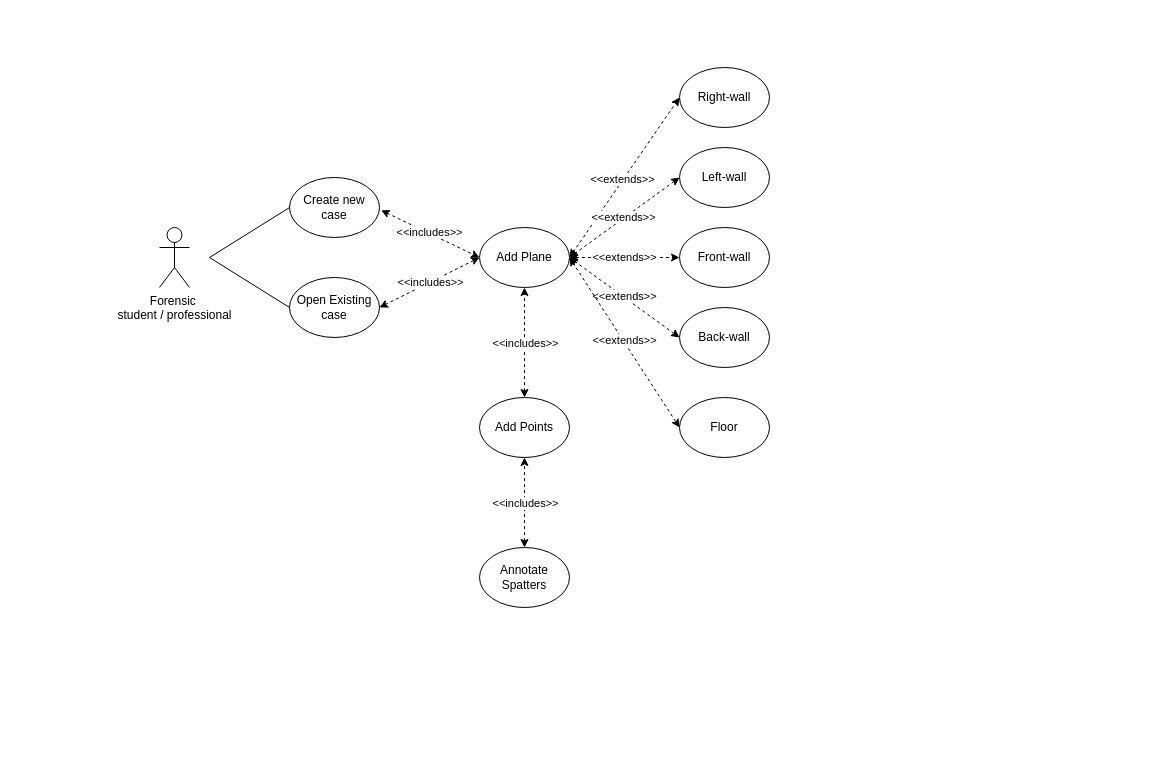
The draw.io diagram AiCore.drawio in HansongProgramming/CapstoneAiCoreDesktop, before the edit. Source tidied: cells renumbered, new cells numbered last; positions are measured from the earlier drawing's top-left corner, leaving out a move shared by most shapes. Both pictures are drawn from the tidied source at 100%, with x=0, y=0 at pixel (159, 67).
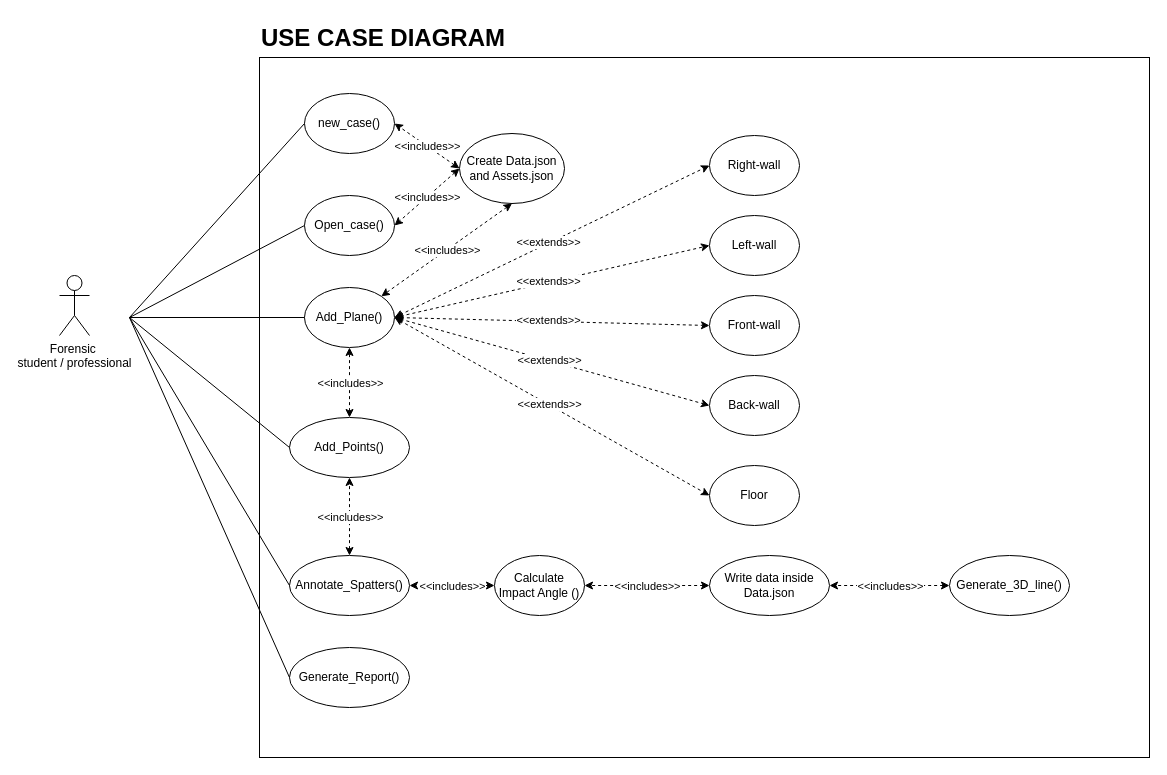
Above is the later version.

Change to the diagram source:
```diff
@@
+    <mxCell id="33" style="rounded=0;whiteSpace=wrap;html=1;" parent="1" vertex="1">
+      <mxGeometry x="100" y="-10" width="890" height="700" as="geometry" />
+    </mxCell>
     <mxCell id="2" value="Forensic&amp;nbsp;&lt;div&gt;student / professional&lt;/div&gt;" style="shape=umlActor;verticalLabelPosition=bottom;verticalAlign=top;html=1;" parent="1" vertex="1">
-      <mxGeometry y="160" width="30" height="60" as="geometry" />
+      <mxGeometry x="-100" y="208" width="30" height="60" as="geometry" />
     </mxCell>
-    <mxCell id="3" value="Create new case" style="ellipse;whiteSpace=wrap;html=1;" parent="1" vertex="1">
-      <mxGeometry x="130" y="110" width="90" height="60" as="geometry" />
+    <mxCell id="3" value="new_case()" style="ellipse;whiteSpace=wrap;html=1;" parent="1" vertex="1">
+      <mxGeometry x="145" y="26" width="90" height="60" as="geometry" />
     </mxCell>
-    <mxCell id="4" value="Open Existing case" style="ellipse;whiteSpace=wrap;html=1;" parent="1" vertex="1">
-      <mxGeometry x="130" y="210" width="90" height="60" as="geometry" />
+    <mxCell id="4" value="Open_case()" style="ellipse;whiteSpace=wrap;html=1;" parent="1" vertex="1">
+      <mxGeometry x="145" y="128" width="90" height="60" as="geometry" />
     </mxCell>
-    <mxCell id="5" style="endArrow=none;html=1;rounded=0;" parent="1" edge="1">
+    <mxCell id="5" style="endArrow=none;html=1;rounded=0;entryX=0;entryY=0.5;entryDx=0;entryDy=0;" parent="1" edge="1" target="3">
       <mxGeometry relative="1" as="geometry">
-        <mxPoint x="50" y="190" as="sourcePoint" />
-        <mxPoint x="130" y="140" as="targetPoint" />
+        <mxPoint x="-30" y="250" as="sourcePoint" />
       </mxGeometry>
     </mxCell>
     <mxCell id="6" style="endArrow=none;html=1;rounded=0;entryX=0;entryY=0.5;entryDx=0;entryDy=0;" parent="1" edge="1" target="4">
       <mxGeometry relative="1" as="geometry">
-        <mxPoint x="50" y="190" as="sourcePoint" />
+        <mxPoint x="-30" y="250" as="sourcePoint" />
       </mxGeometry>
     </mxCell>
-    <mxCell id="7" value="Add Plane" style="ellipse;whiteSpace=wrap;html=1;" parent="1" vertex="1">
-      <mxGeometry x="320" y="160" width="90" height="60" as="geometry" />
+    <mxCell id="7" value="Add_Plane()" style="ellipse;whiteSpace=wrap;html=1;" parent="1" vertex="1">
+      <mxGeometry x="145" y="220" width="90" height="60" as="geometry" />
     </mxCell>
     <mxCell id="8" value="Right-wall" style="ellipse;whiteSpace=wrap;html=1;" parent="1" vertex="1">
-      <mxGeometry x="520" width="90" height="60" as="geometry" />
+      <mxGeometry x="550" y="68" width="90" height="60" as="geometry" />
     </mxCell>
     <mxCell id="9" value="Left-wall" style="ellipse;whiteSpace=wrap;html=1;" parent="1" vertex="1">
-      <mxGeometry x="520" y="80" width="90" height="60" as="geometry" />
+      <mxGeometry x="550" y="148" width="90" height="60" as="geometry" />
     </mxCell>
     <mxCell id="10" value="Front-wall" style="ellipse;whiteSpace=wrap;html=1;" parent="1" vertex="1">
-      <mxGeometry x="520" y="160" width="90" height="60" as="geometry" />
+      <mxGeometry x="550" y="228" width="90" height="60" as="geometry" />
     </mxCell>
     <mxCell id="11" value="Back-wall" style="ellipse;whiteSpace=wrap;html=1;" parent="1" vertex="1">
-      <mxGeometry x="520" y="240" width="90" height="60" as="geometry" />
+      <mxGeometry x="550" y="308" width="90" height="60" as="geometry" />
     </mxCell>
     <mxCell id="12" value="Floor" style="ellipse;whiteSpace=wrap;html=1;" parent="1" vertex="1">
-      <mxGeometry x="520" y="330" width="90" height="60" as="geometry" />
+      <mxGeometry x="550" y="398" width="90" height="60" as="geometry" />
     </mxCell>
-    <mxCell id="13" style="endArrow=classic;startArrow=classic;html=1;rounded=0;dashed=1;entryX=0;entryY=0.5;entryDx=0;entryDy=0;exitX=1.019;exitY=0.547;exitDx=0;exitDy=0;exitPerimeter=0;" parent="1" edge="1" source="3" target="7">
-      <mxGeometry relative="1" as="geometry" />
-    </mxCell>
-    <mxCell id="14" value="&amp;lt;&amp;lt;includes&amp;gt;&amp;gt;" style="edgeLabel;html=1;align=center;verticalAlign=middle;" parent="13" vertex="1">
-      <mxGeometry x="-0.02" y="1" relative="1" as="geometry" />
-    </mxCell>
-    <mxCell id="15" style="endArrow=classic;startArrow=classic;html=1;rounded=0;dashed=1;entryX=0;entryY=0.5;entryDx=0;entryDy=0;exitX=1;exitY=0.5;exitDx=0;exitDy=0;" parent="1" edge="1" source="4" target="7">
-      <mxGeometry relative="1" as="geometry" />
-    </mxCell>
-    <mxCell id="16" value="&amp;lt;&amp;lt;includes&amp;gt;&amp;gt;" style="edgeLabel;html=1;align=center;verticalAlign=middle;" parent="15" vertex="1">
-      <mxGeometry relative="1" as="geometry" />
-    </mxCell>
@@
-    <mxCell id="27" value="Add Points" style="ellipse;whiteSpace=wrap;html=1;" parent="1" vertex="1">
-      <mxGeometry x="320" y="330" width="90" height="60" as="geometry" />
+    <mxCell id="27" value="Add_Points()" style="ellipse;whiteSpace=wrap;html=1;" parent="1" vertex="1">
+      <mxGeometry x="130" y="350" width="120" height="60" as="geometry" />
     </mxCell>
@@
-    <mxCell id="30" value="Annotate Spatters" style="ellipse;whiteSpace=wrap;html=1;" parent="1" vertex="1">
-      <mxGeometry x="320" y="480" width="90" height="60" as="geometry" />
+    <mxCell id="30" value="Annotate_Spatters()" style="ellipse;whiteSpace=wrap;html=1;" parent="1" vertex="1">
+      <mxGeometry x="130" y="488" width="120" height="60" as="geometry" />
     </mxCell>
@@
+    <mxCell id="34" value="Calculate Impact Angle ()" style="ellipse;whiteSpace=wrap;html=1;" parent="1" vertex="1">
+      <mxGeometry x="335" y="488" width="90" height="60" as="geometry" />
+    </mxCell>
+    <mxCell id="35" style="endArrow=classic;startArrow=classic;html=1;rounded=0;dashed=1;entryX=1;entryY=0.5;entryDx=0;entryDy=0;exitX=0;exitY=0.5;exitDx=0;exitDy=0;" parent="1" edge="1" source="34" target="30">
+      <mxGeometry relative="1" as="geometry" />
+    </mxCell>
+    <mxCell id="36" value="&amp;lt;&amp;lt;includes&amp;gt;&amp;gt;" style="edgeLabel;html=1;align=center;verticalAlign=middle;" parent="35" vertex="1">
+      <mxGeometry relative="1" as="geometry" />
+    </mxCell>
+    <mxCell id="37" value="&lt;h1 style=&quot;margin-top: 0px;&quot;&gt;USE CASE DIAGRAM&lt;/h1&gt;" style="text;html=1;whiteSpace=wrap;overflow=hidden;rounded=0;" parent="1" vertex="1">
+      <mxGeometry x="100" y="-50" width="410" height="50" as="geometry" />
+    </mxCell>
+    <mxCell id="38" value="Create Data.json and Assets.json" style="ellipse;whiteSpace=wrap;html=1;" parent="1" vertex="1">
+      <mxGeometry x="300" y="66" width="105" height="70" as="geometry" />
+    </mxCell>
+    <mxCell id="39" style="endArrow=classic;startArrow=classic;html=1;rounded=0;dashed=1;entryX=1;entryY=0.5;entryDx=0;entryDy=0;exitX=0;exitY=0.5;exitDx=0;exitDy=0;" parent="1" edge="1" source="38" target="3">
+      <mxGeometry relative="1" as="geometry" />
+    </mxCell>
+    <mxCell id="40" value="&amp;lt;&amp;lt;includes&amp;gt;&amp;gt;" style="edgeLabel;html=1;align=center;verticalAlign=middle;" parent="39" vertex="1">
+      <mxGeometry relative="1" as="geometry" />
+    </mxCell>
+    <mxCell id="41" style="endArrow=classic;startArrow=classic;html=1;rounded=0;dashed=1;entryX=1;entryY=0.5;entryDx=0;entryDy=0;exitX=0;exitY=0.5;exitDx=0;exitDy=0;" parent="1" edge="1" source="38" target="4">
+      <mxGeometry relative="1" as="geometry" />
+    </mxCell>
+    <mxCell id="42" value="&amp;lt;&amp;lt;includes&amp;gt;&amp;gt;" style="edgeLabel;html=1;align=center;verticalAlign=middle;" parent="41" vertex="1">
+      <mxGeometry relative="1" as="geometry" />
+    </mxCell>
+    <mxCell id="43" style="endArrow=none;html=1;rounded=0;entryX=0;entryY=0.5;entryDx=0;entryDy=0;" parent="1" edge="1" target="7">
+      <mxGeometry relative="1" as="geometry">
+        <mxPoint x="-30" y="250" as="sourcePoint" />
+      </mxGeometry>
+    </mxCell>
+    <mxCell id="44" style="endArrow=classic;startArrow=classic;html=1;rounded=0;dashed=1;entryX=1;entryY=0;entryDx=0;entryDy=0;exitX=0.5;exitY=1;exitDx=0;exitDy=0;" parent="1" edge="1" source="38" target="7">
+      <mxGeometry relative="1" as="geometry" />
+    </mxCell>
+    <mxCell id="45" value="&amp;lt;&amp;lt;includes&amp;gt;&amp;gt;" style="edgeLabel;html=1;align=center;verticalAlign=middle;" parent="44" vertex="1">
+      <mxGeometry relative="1" as="geometry" />
+    </mxCell>
+    <mxCell id="46" style="endArrow=none;html=1;rounded=0;entryX=0;entryY=0.5;entryDx=0;entryDy=0;" parent="1" edge="1" target="27">
+      <mxGeometry relative="1" as="geometry">
+        <mxPoint x="-30" y="250" as="sourcePoint" />
+      </mxGeometry>
+    </mxCell>
+    <mxCell id="47" style="endArrow=none;html=1;rounded=0;entryX=0;entryY=0.5;entryDx=0;entryDy=0;" parent="1" edge="1" target="30">
+      <mxGeometry relative="1" as="geometry">
+        <mxPoint x="-30" y="250" as="sourcePoint" />
+      </mxGeometry>
+    </mxCell>
+    <mxCell id="48" value="Write data inside Data.json" style="ellipse;whiteSpace=wrap;html=1;" parent="1" vertex="1">
+      <mxGeometry x="550" y="488" width="120" height="60" as="geometry" />
+    </mxCell>
+    <mxCell id="49" style="endArrow=classic;startArrow=classic;html=1;rounded=0;dashed=1;entryX=1;entryY=0.5;entryDx=0;entryDy=0;exitX=0;exitY=0.5;exitDx=0;exitDy=0;" parent="1" edge="1" source="48" target="34">
+      <mxGeometry relative="1" as="geometry" />
+    </mxCell>
+    <mxCell id="50" value="&amp;lt;&amp;lt;includes&amp;gt;&amp;gt;" style="edgeLabel;html=1;align=center;verticalAlign=middle;" parent="49" vertex="1">
+      <mxGeometry relative="1" as="geometry" />
+    </mxCell>
+    <mxCell id="51" value="Generate_3D_line()" style="ellipse;whiteSpace=wrap;html=1;" parent="1" vertex="1">
+      <mxGeometry x="790" y="488" width="120" height="60" as="geometry" />
+    </mxCell>
+    <mxCell id="52" style="endArrow=classic;startArrow=classic;html=1;rounded=0;dashed=1;entryX=1;entryY=0.5;entryDx=0;entryDy=0;exitX=0;exitY=0.5;exitDx=0;exitDy=0;" parent="1" edge="1" source="51" target="48">
+      <mxGeometry relative="1" as="geometry" />
+    </mxCell>
+    <mxCell id="53" value="&amp;lt;&amp;lt;includes&amp;gt;&amp;gt;" style="edgeLabel;html=1;align=center;verticalAlign=middle;" parent="52" vertex="1">
+      <mxGeometry relative="1" as="geometry" />
+    </mxCell>
+    <mxCell id="54" value="Generate_Report()" style="ellipse;whiteSpace=wrap;html=1;" parent="1" vertex="1">
+      <mxGeometry x="130" y="580" width="120" height="60" as="geometry" />
+    </mxCell>
+    <mxCell id="55" style="endArrow=none;html=1;rounded=0;entryX=0;entryY=0.5;entryDx=0;entryDy=0;" parent="1" edge="1" target="54">
+      <mxGeometry relative="1" as="geometry">
+        <mxPoint x="-30" y="250" as="sourcePoint" />
+      </mxGeometry>
+    </mxCell>
```
